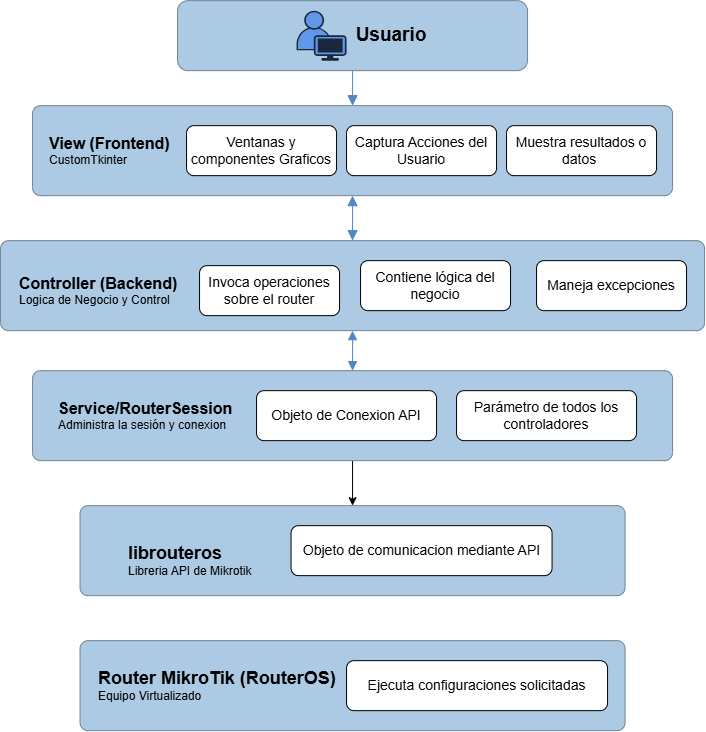
This is assets/images/Arquitectura.drawio.png from ndrtte/Mikrotik---Andrea-Morel, a draw.io export, as it was before one commit. Source tidied: cells renumbered, new cells last; positions are measured from the earlier drawing's top-left corner, leaving out a move shared by most shapes. The source it was exported from:
```xml
<mxGraphModel>
  <root>
    <mxCell id="0" />
    <mxCell id="1" parent="0" />
    <mxCell id="2" style="edgeStyle=orthogonalEdgeStyle;rounded=0;jettySize=auto;html=1;exitX=0.5;exitY=1;exitDx=0;exitDy=0;entryX=0.5;entryY=0;entryDx=0;entryDy=0;strokeWidth=1;endSize=8;endArrow=block;endFill=1;strokeColor=light-dark(#4f89c1, #ededed);" parent="1" edge="1" source="3" target="7">
      <mxGeometry relative="1" as="geometry" />
    </mxCell>
    <mxCell id="3" style="rounded=1;whiteSpace=wrap;html=1;fillColor=light-dark(#accae4, #ededed);arcSize=15;strokeColor=light-dark(#728290, #708091);" parent="1" vertex="1">
      <mxGeometry x="177" width="350" height="70" as="geometry" />
    </mxCell>
    <mxCell id="4" style="verticalLabelPosition=bottom;sketch=0;html=1;verticalAlign=top;align=center;shape=mxgraph.cisco19.user2;fillColor=light-dark(#6197e9, #161616);strokeColor=light-dark(#1a273d, #7cc1df);" parent="1" vertex="1">
      <mxGeometry x="296" y="10" width="50" height="50" as="geometry" />
    </mxCell>
    <mxCell id="5" value="&lt;b&gt;&lt;font style=&quot;font-size: 19px;&quot;&gt;Usuario&lt;/font&gt;&lt;/b&gt;" style="text;html=1;whiteSpace=wrap;strokeColor=none;fillColor=none;align=center;verticalAlign=middle;rounded=0;" parent="1" vertex="1">
      <mxGeometry x="346" y="15" width="90" height="40" as="geometry" />
    </mxCell>
    <mxCell id="6" style="edgeStyle=orthogonalEdgeStyle;rounded=0;jettySize=auto;html=1;exitX=0.5;exitY=1;exitDx=0;exitDy=0;entryX=0.5;entryY=0;entryDx=0;entryDy=0;endArrow=block;endFill=1;startArrow=block;startFill=1;strokeColor=light-dark(#4f89c1, #ededed);endSize=8;startSize=8;" parent="1" edge="1" source="7" target="11">
      <mxGeometry relative="1" as="geometry" />
    </mxCell>
    <mxCell id="7" style="rounded=1;whiteSpace=wrap;html=1;fillColor=light-dark(#accae4, #ededed);arcSize=9;strokeColor=light-dark(#728290, #708091);" parent="1" vertex="1">
      <mxGeometry x="32" y="105" width="640" height="90" as="geometry" />
    </mxCell>
    <mxCell id="8" value="&lt;b&gt;&lt;font style=&quot;font-size: 16px;&quot;&gt;View (Frontend)&lt;/font&gt;&lt;/b&gt;&lt;div&gt;CustomTkinter&lt;/div&gt;" style="text;html=1;whiteSpace=wrap;strokeColor=none;fillColor=none;align=left;verticalAlign=middle;rounded=0;" parent="1" vertex="1">
      <mxGeometry x="47" y="130" width="130" height="40" as="geometry" />
    </mxCell>
    <mxCell id="9" value="&lt;font style=&quot;font-size: 14px;&quot;&gt;Ventanas y componentes Graficos&lt;/font&gt;" style="rounded=1;whiteSpace=wrap;html=1;" parent="1" vertex="1">
      <mxGeometry x="186" y="125" width="150" height="50" as="geometry" />
    </mxCell>
    <mxCell id="10" style="edgeStyle=orthogonalEdgeStyle;rounded=0;jettySize=auto;html=1;exitX=0.5;exitY=1;exitDx=0;exitDy=0;entryX=0.5;entryY=0;entryDx=0;entryDy=0;startArrow=block;startFill=1;endArrow=block;endFill=1;endSize=7;startSize=7;strokeColor=light-dark(#4f89c1, #ededed);" parent="1" edge="1" source="11" target="18">
      <mxGeometry relative="1" as="geometry" />
    </mxCell>
    <mxCell id="11" style="rounded=1;whiteSpace=wrap;html=1;fillColor=light-dark(#accae4, #ededed);arcSize=9;strokeColor=light-dark(#728290, #708091);" parent="1" vertex="1">
      <mxGeometry y="240" width="704" height="90" as="geometry" />
    </mxCell>
    <mxCell id="12" value="&lt;span style=&quot;font-size: 14px;&quot;&gt;Captura Acciones del Usuario&lt;/span&gt;" style="rounded=1;whiteSpace=wrap;html=1;" parent="1" vertex="1">
      <mxGeometry x="346" y="125" width="150" height="50" as="geometry" />
    </mxCell>
    <mxCell id="13" value="&lt;span style=&quot;font-size: 14px;&quot;&gt;Muestra resultados o datos&amp;nbsp;&lt;/span&gt;" style="rounded=1;whiteSpace=wrap;html=1;" parent="1" vertex="1">
      <mxGeometry x="506" y="125" width="150" height="50" as="geometry" />
    </mxCell>
    <mxCell id="14" value="&lt;b&gt;&lt;font style=&quot;font-size: 16px;&quot;&gt;Controller (Backend)&lt;/font&gt;&lt;/b&gt;&lt;div&gt;Logica de Negocio y Control&lt;/div&gt;" style="text;html=1;whiteSpace=wrap;strokeColor=none;fillColor=none;align=left;verticalAlign=middle;rounded=0;" parent="1" vertex="1">
      <mxGeometry x="17" y="270" width="169" height="40" as="geometry" />
    </mxCell>
    <mxCell id="15" value="&lt;span style=&quot;font-size: 14px;&quot;&gt;Invoca operaciones sobre el router&lt;/span&gt;" style="rounded=1;whiteSpace=wrap;html=1;" parent="1" vertex="1">
      <mxGeometry x="199" y="265" width="140" height="50" as="geometry" />
    </mxCell>
    <mxCell id="16" value="&lt;span style=&quot;font-size: 14px;&quot;&gt;Contiene lógica del negocio&lt;/span&gt;" style="rounded=1;whiteSpace=wrap;html=1;" parent="1" vertex="1">
      <mxGeometry x="360" y="260" width="150" height="50" as="geometry" />
    </mxCell>
    <mxCell id="17" style="edgeStyle=orthogonalEdgeStyle;rounded=0;jettySize=auto;html=1;exitX=0.5;exitY=1;exitDx=0;exitDy=0;entryX=0.5;entryY=0;entryDx=0;entryDy=0;" parent="1" edge="1" source="18" target="23">
      <mxGeometry relative="1" as="geometry" />
    </mxCell>
    <mxCell id="18" style="rounded=1;whiteSpace=wrap;html=1;fillColor=light-dark(#accae4, #ededed);arcSize=9;strokeColor=light-dark(#728290, #708091);" parent="1" vertex="1">
      <mxGeometry x="32" y="370" width="640" height="90" as="geometry" />
    </mxCell>
    <mxCell id="19" value="&lt;span style=&quot;font-size: 14px;&quot;&gt;Maneja excepciones&lt;/span&gt;" style="rounded=1;whiteSpace=wrap;html=1;" parent="1" vertex="1">
      <mxGeometry x="536" y="260" width="150" height="50" as="geometry" />
    </mxCell>
    <mxCell id="20" value="&lt;font style=&quot;font-size: 16px;&quot;&gt;&lt;b style=&quot;&quot;&gt;&lt;span style=&quot;text-align: center;&quot;&gt;Service/RouterSession&lt;/span&gt;&lt;br&gt;&lt;/b&gt;&lt;/font&gt;&lt;div&gt;Administra la sesión y conexion&lt;/div&gt;" style="text;html=1;whiteSpace=wrap;strokeColor=none;fillColor=none;align=left;verticalAlign=middle;rounded=0;" parent="1" vertex="1">
      <mxGeometry x="56" y="390" width="180" height="50" as="geometry" />
    </mxCell>
    <mxCell id="21" value="&lt;span style=&quot;font-size: 14px;&quot;&gt;Objeto de Conexion API&lt;/span&gt;" style="rounded=1;whiteSpace=wrap;html=1;" parent="1" vertex="1">
      <mxGeometry x="256" y="390" width="180" height="50" as="geometry" />
    </mxCell>
    <mxCell id="22" value="&lt;span style=&quot;font-size: 14px;&quot;&gt;Parámetro de todos los controladores&lt;/span&gt;" style="rounded=1;whiteSpace=wrap;html=1;" parent="1" vertex="1">
      <mxGeometry x="456" y="390" width="180" height="50" as="geometry" />
    </mxCell>
    <mxCell id="23" style="rounded=1;whiteSpace=wrap;html=1;fillColor=light-dark(#accae4, #ededed);arcSize=9;strokeColor=light-dark(#728290, #708091);" parent="1" vertex="1">
      <mxGeometry x="79.5" y="505" width="545" height="90" as="geometry" />
    </mxCell>
    <mxCell id="24" style="rounded=1;whiteSpace=wrap;html=1;fillColor=light-dark(#accae4, #ededed);arcSize=9;strokeColor=light-dark(#728290, #708091);" parent="1" vertex="1">
      <mxGeometry x="79.5" y="640" width="545" height="90" as="geometry" />
    </mxCell>
    <mxCell id="25" value="&lt;div style=&quot;&quot;&gt;&lt;span style=&quot;background-color: transparent; color: light-dark(rgb(0, 0, 0), rgb(255, 255, 255));&quot;&gt;&lt;span style=&quot;font-size: 18px;&quot;&gt;&lt;b&gt;Router MikroTik (RouterOS)&lt;/b&gt;&lt;/span&gt;&lt;/span&gt;&lt;/div&gt;&lt;div style=&quot;&quot;&gt;Equipo Virtualizado&lt;/div&gt;" style="text;html=1;whiteSpace=wrap;strokeColor=none;fillColor=none;align=left;verticalAlign=middle;rounded=0;" parent="1" vertex="1">
      <mxGeometry x="96" y="660" width="240" height="50" as="geometry" />
    </mxCell>
    <mxCell id="26" value="&lt;span style=&quot;font-size: 14px;&quot;&gt;Objeto de comunicacion mediante API&lt;/span&gt;" style="rounded=1;whiteSpace=wrap;html=1;" parent="1" vertex="1">
      <mxGeometry x="290.5" y="525" width="261" height="50" as="geometry" />
    </mxCell>
    <mxCell id="27" value="&lt;div style=&quot;&quot;&gt;&lt;b style=&quot;background-color: transparent; color: light-dark(rgb(0, 0, 0), rgb(255, 255, 255));&quot;&gt;&lt;font style=&quot;font-size: 18px;&quot;&gt;librouteros&lt;/font&gt;&lt;/b&gt;&lt;/div&gt;&lt;div&gt;Libreria API de Mikrotik&lt;/div&gt;" style="text;html=1;whiteSpace=wrap;strokeColor=none;fillColor=none;align=left;verticalAlign=middle;rounded=0;" parent="1" vertex="1">
      <mxGeometry x="126" y="535" width="150" height="50" as="geometry" />
    </mxCell>
    <mxCell id="28" value="&lt;span style=&quot;font-size: 14px;&quot;&gt;Ejecuta configuraciones solicitadas&lt;/span&gt;" style="rounded=1;whiteSpace=wrap;html=1;" parent="1" vertex="1">
      <mxGeometry x="346" y="660" width="261" height="50" as="geometry" />
    </mxCell>
  </root>
</mxGraphModel>
```
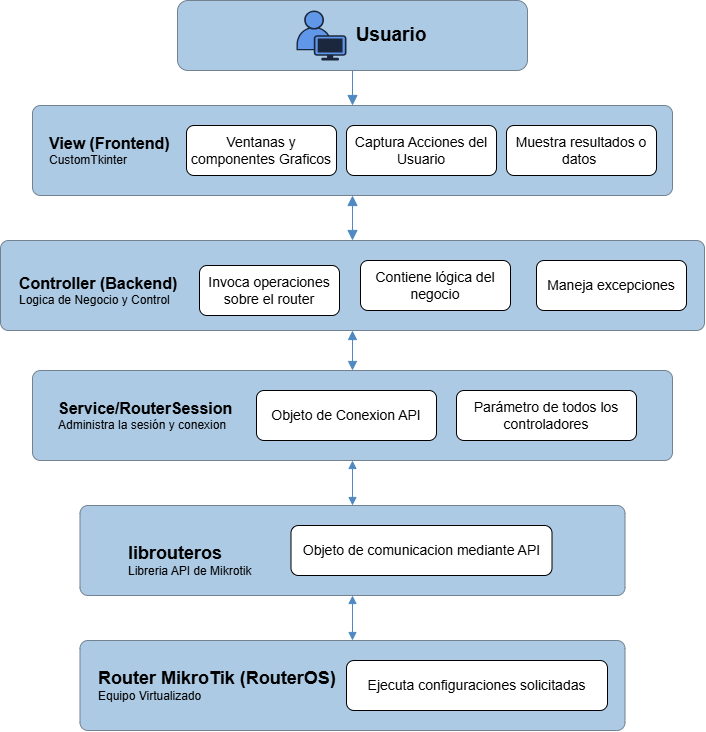
The same diagram one commit later.

The edit, as a diff of the source:
```diff
@@ -47,7 +47,7 @@
     <mxCell id="16" value="&lt;span style=&quot;font-size: 14px;&quot;&gt;Contiene lógica del negocio&lt;/span&gt;" style="rounded=1;whiteSpace=wrap;html=1;" parent="1" vertex="1">
       <mxGeometry x="360" y="260" width="150" height="50" as="geometry" />
     </mxCell>
-    <mxCell id="17" style="edgeStyle=orthogonalEdgeStyle;rounded=0;jettySize=auto;html=1;exitX=0.5;exitY=1;exitDx=0;exitDy=0;entryX=0.5;entryY=0;entryDx=0;entryDy=0;" parent="1" edge="1" source="18" target="23">
+    <mxCell id="17" style="edgeStyle=orthogonalEdgeStyle;rounded=0;jettySize=auto;html=1;exitX=0.5;exitY=1;exitDx=0;exitDy=0;entryX=0.5;entryY=0;entryDx=0;entryDy=0;startArrow=block;startFill=1;endArrow=block;endFill=1;strokeColor=#4F89C1;" parent="1" edge="1" source="18" target="23">
       <mxGeometry relative="1" as="geometry" />
     </mxCell>
     <mxCell id="18" style="rounded=1;whiteSpace=wrap;html=1;fillColor=light-dark(#accae4, #ededed);arcSize=9;strokeColor=light-dark(#728290, #708091);" parent="1" vertex="1">
@@ -65,6 +65,9 @@
     <mxCell id="22" value="&lt;span style=&quot;font-size: 14px;&quot;&gt;Parámetro de todos los controladores&lt;/span&gt;" style="rounded=1;whiteSpace=wrap;html=1;" parent="1" vertex="1">
       <mxGeometry x="456" y="390" width="180" height="50" as="geometry" />
     </mxCell>
+    <mxCell id="29" style="edgeStyle=orthogonalEdgeStyle;rounded=0;jettySize=auto;html=1;entryX=0.5;entryY=0;entryDx=0;entryDy=0;startArrow=block;startFill=1;endArrow=block;endFill=1;strokeColor=light-dark(#4f89c1, #ededed);" parent="1" edge="1" source="23" target="24">
+      <mxGeometry relative="1" as="geometry" />
+    </mxCell>
     <mxCell id="23" style="rounded=1;whiteSpace=wrap;html=1;fillColor=light-dark(#accae4, #ededed);arcSize=9;strokeColor=light-dark(#728290, #708091);" parent="1" vertex="1">
       <mxGeometry x="79.5" y="505" width="545" height="90" as="geometry" />
     </mxCell>
```
